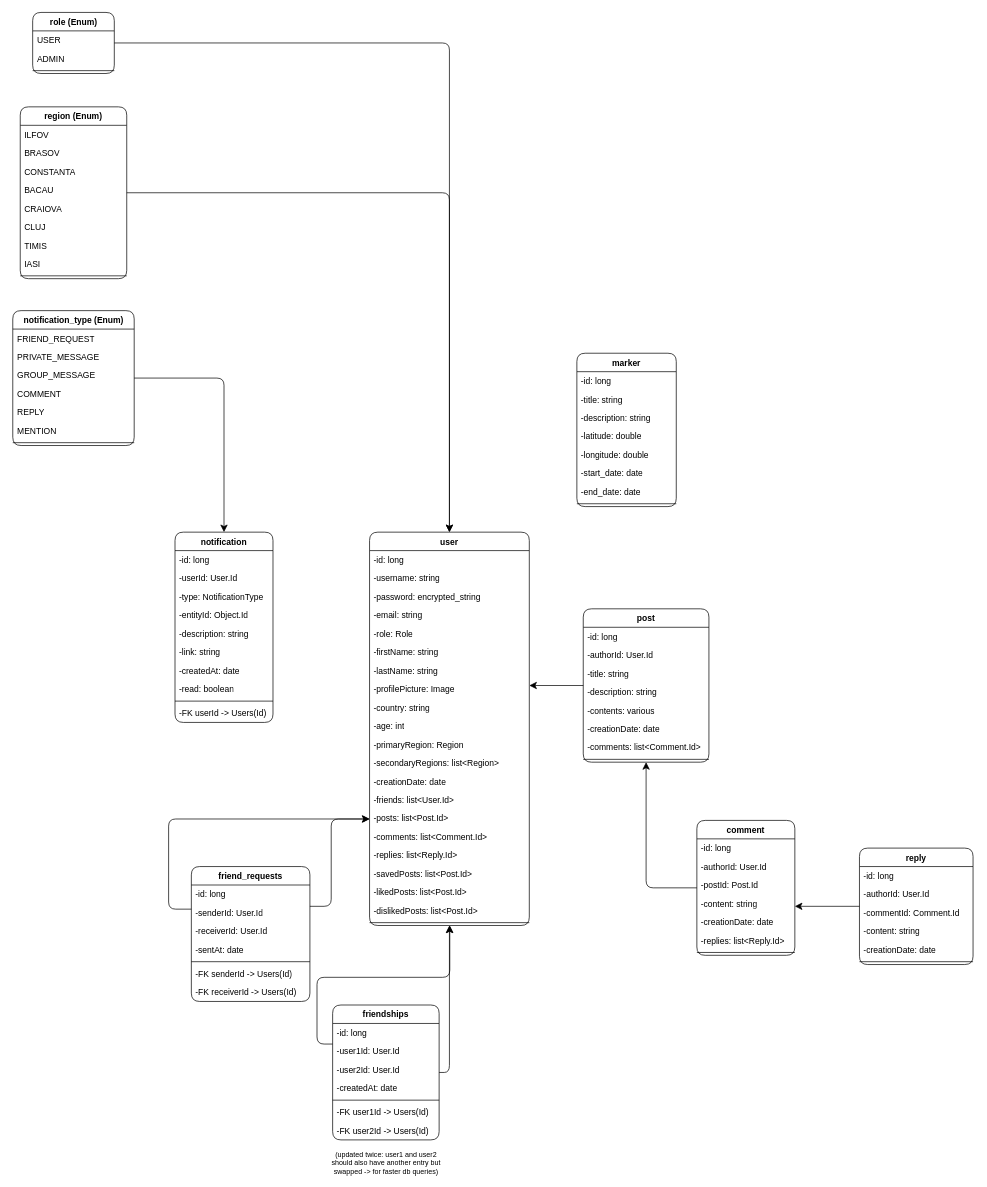
Above: tasks and notes/class diagram for iungoreal.drawio in stevenstonie/iungoreal (draw.io), before the change. Source tidied: cells renumbered, new cells numbered last; positions are measured from the earlier drawing's top-left corner, leaving out a move shared by most shapes. Both pictures are drawn from the tidied source at 71%, with x=0, y=0 at pixel (13, 12).
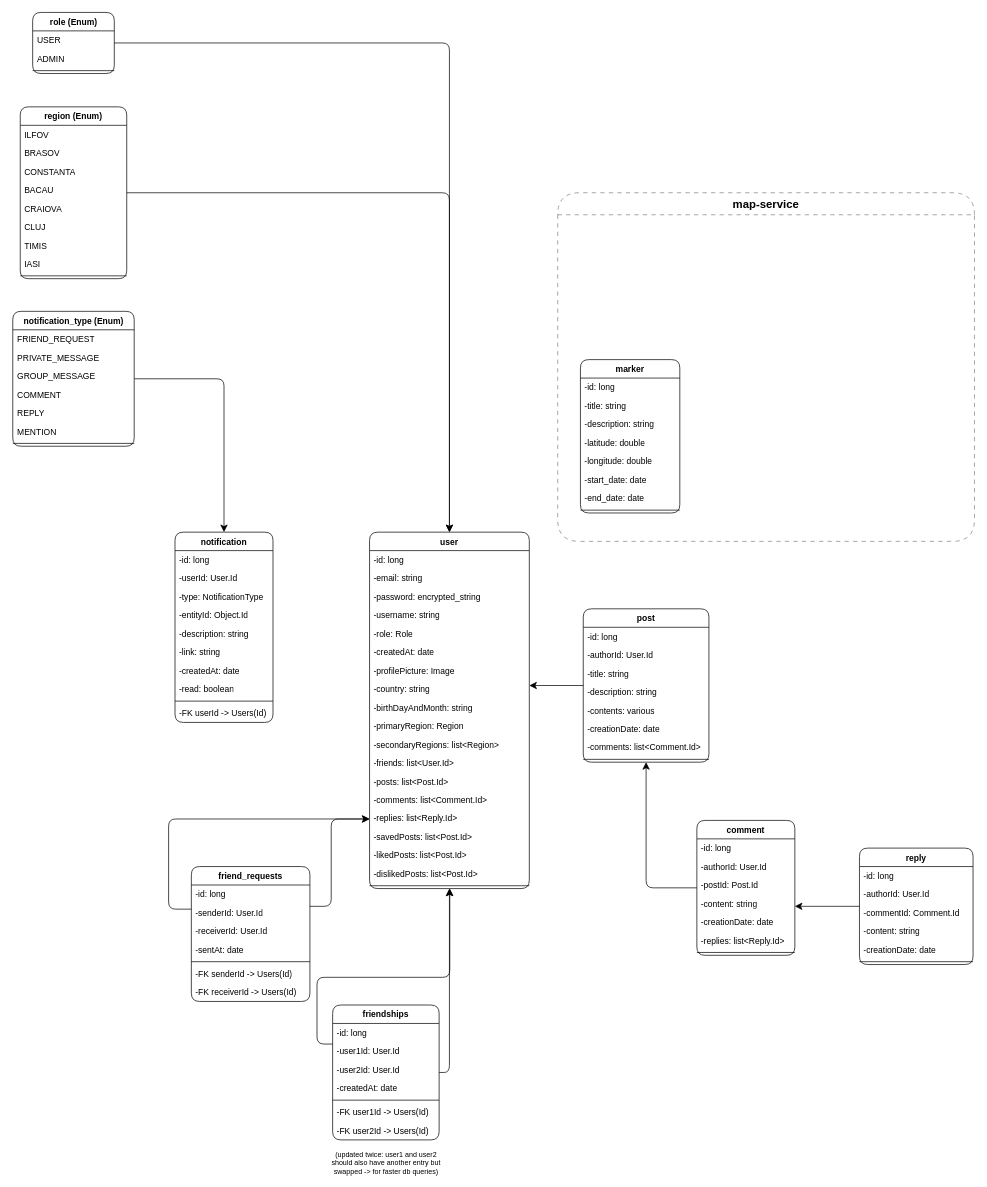
Above is the later version.

Commit message (it also covers changes not shown here):
updated notes and diagram

The edit, as a diff of the source:
```diff
@@
     <mxCell id="2" value="user" style="swimlane;fontStyle=1;align=center;verticalAlign=top;horizontal=1;startSize=26;whiteSpace=wrap;html=1;rounded=1;glass=0;" parent="1" vertex="1">
-      <mxGeometry x="502" y="732" width="225" height="554" as="geometry" />
+      <mxGeometry x="502" y="732" width="225" height="502" as="geometry" />
     </mxCell>
@@
+    <mxCell id="6" value="-email: string" style="text;strokeColor=none;fillColor=none;align=left;verticalAlign=top;spacingLeft=4;spacingRight=4;overflow=hidden;whiteSpace=wrap;html=1;rounded=1;" parent="2" vertex="1">
+      <mxGeometry y="52" width="225" height="26" as="geometry" />
+    </mxCell>
+    <mxCell id="5" value="-password: encrypted_string" style="text;strokeColor=none;fillColor=none;align=left;verticalAlign=top;spacingLeft=4;spacingRight=4;overflow=hidden;whiteSpace=wrap;html=1;rounded=1;" parent="2" vertex="1">
+      <mxGeometry y="78" width="225" height="26" as="geometry" />
+    </mxCell>
     <mxCell id="4" value="-username: string&lt;br&gt;" style="text;strokeColor=none;fillColor=none;align=left;verticalAlign=top;spacingLeft=4;spacingRight=4;overflow=hidden;whiteSpace=wrap;html=1;rounded=1;" parent="2" vertex="1">
-      <mxGeometry y="52" width="225" height="26" as="geometry" />
+      <mxGeometry y="104" width="225" height="26" as="geometry" />
     </mxCell>
-    <mxCell id="5" value="-password: encrypted_string" style="text;strokeColor=none;fillColor=none;align=left;verticalAlign=top;spacingLeft=4;spacingRight=4;overflow=hidden;whiteSpace=wrap;html=1;rounded=1;" parent="2" vertex="1">
-      <mxGeometry y="78" width="225" height="26" as="geometry" />
-    </mxCell>
-    <mxCell id="6" value="-email: string" style="text;strokeColor=none;fillColor=none;align=left;verticalAlign=top;spacingLeft=4;spacingRight=4;overflow=hidden;whiteSpace=wrap;html=1;rounded=1;" parent="2" vertex="1">
-      <mxGeometry y="104" width="225" height="26" as="geometry" />
-    </mxCell>
@@
-    <mxCell id="8" value="-firstName: string" style="text;strokeColor=none;fillColor=none;align=left;verticalAlign=top;spacingLeft=4;spacingRight=4;overflow=hidden;whiteSpace=wrap;html=1;rounded=1;" parent="2" vertex="1">
-      <mxGeometry y="156" width="225" height="26" as="geometry" />
-    </mxCell>
-    <mxCell id="9" value="-lastName: string" style="text;strokeColor=none;fillColor=none;align=left;verticalAlign=top;spacingLeft=4;spacingRight=4;overflow=hidden;whiteSpace=wrap;html=1;rounded=1;" parent="2" vertex="1">
-      <mxGeometry y="182" width="225" height="26" as="geometry" />
-    </mxCell>
+    <mxCell id="15" value="-createdAt: date" style="text;strokeColor=none;fillColor=none;align=left;verticalAlign=top;spacingLeft=4;spacingRight=4;overflow=hidden;whiteSpace=wrap;html=1;rounded=1;" parent="2" vertex="1">
+      <mxGeometry y="156" width="225" height="26" as="geometry" />
+    </mxCell>
     <mxCell id="10" value="-profilePicture: Image" style="text;strokeColor=none;fillColor=none;align=left;verticalAlign=top;spacingLeft=4;spacingRight=4;overflow=hidden;whiteSpace=wrap;html=1;rounded=1;" parent="2" vertex="1">
-      <mxGeometry y="208" width="225" height="26" as="geometry" />
+      <mxGeometry y="182" width="225" height="26" as="geometry" />
     </mxCell>
     <mxCell id="11" value="-country: string" style="text;strokeColor=none;fillColor=none;align=left;verticalAlign=top;spacingLeft=4;spacingRight=4;overflow=hidden;whiteSpace=wrap;html=1;rounded=1;" parent="2" vertex="1">
-      <mxGeometry y="234" width="225" height="26" as="geometry" />
+      <mxGeometry y="208" width="225" height="26" as="geometry" />
     </mxCell>
-    <mxCell id="12" value="-age: int" style="text;strokeColor=none;fillColor=none;align=left;verticalAlign=top;spacingLeft=4;spacingRight=4;overflow=hidden;whiteSpace=wrap;html=1;rounded=1;" parent="2" vertex="1">
-      <mxGeometry y="260" width="225" height="26" as="geometry" />
+    <mxCell id="12" value="-birthDayAndMonth: string" style="text;strokeColor=none;fillColor=none;align=left;verticalAlign=top;spacingLeft=4;spacingRight=4;overflow=hidden;whiteSpace=wrap;html=1;rounded=1;" parent="2" vertex="1">
+      <mxGeometry y="234" width="225" height="26" as="geometry" />
     </mxCell>
     <mxCell id="13" value="-primaryRegion: Region&lt;br&gt;" style="text;strokeColor=none;fillColor=none;align=left;verticalAlign=top;spacingLeft=4;spacingRight=4;overflow=hidden;whiteSpace=wrap;html=1;rounded=1;" parent="2" vertex="1">
-      <mxGeometry y="286" width="225" height="26" as="geometry" />
+      <mxGeometry y="260" width="225" height="26" as="geometry" />
     </mxCell>
     <mxCell id="14" value="-secondaryRegions: list&amp;lt;Region&amp;gt;" style="text;strokeColor=none;fillColor=none;align=left;verticalAlign=top;spacingLeft=4;spacingRight=4;overflow=hidden;whiteSpace=wrap;html=1;rounded=1;" parent="2" vertex="1">
-      <mxGeometry y="312" width="225" height="26" as="geometry" />
+      <mxGeometry y="286" width="225" height="26" as="geometry" />
     </mxCell>
-    <mxCell id="15" value="-creationDate: date" style="text;strokeColor=none;fillColor=none;align=left;verticalAlign=top;spacingLeft=4;spacingRight=4;overflow=hidden;whiteSpace=wrap;html=1;rounded=1;" parent="2" vertex="1">
-      <mxGeometry y="338" width="225" height="26" as="geometry" />
-    </mxCell>
     <mxCell id="16" value="-friends: list&amp;lt;User.Id&amp;gt;" style="text;strokeColor=none;fillColor=none;align=left;verticalAlign=top;spacingLeft=4;spacingRight=4;overflow=hidden;whiteSpace=wrap;html=1;rounded=1;" parent="2" vertex="1">
-      <mxGeometry y="364" width="225" height="26" as="geometry" />
+      <mxGeometry y="312" width="225" height="26" as="geometry" />
     </mxCell>
     <mxCell id="17" value="-posts: list&amp;lt;Post.Id&amp;gt;" style="text;strokeColor=none;fillColor=none;align=left;verticalAlign=top;spacingLeft=4;spacingRight=4;overflow=hidden;whiteSpace=wrap;html=1;rounded=1;" parent="2" vertex="1">
-      <mxGeometry y="390" width="225" height="26" as="geometry" />
+      <mxGeometry y="338" width="225" height="26" as="geometry" />
     </mxCell>
     <mxCell id="18" value="-comments: list&amp;lt;Comment.Id&amp;gt;" style="text;strokeColor=none;fillColor=none;align=left;verticalAlign=top;spacingLeft=4;spacingRight=4;overflow=hidden;whiteSpace=wrap;html=1;rounded=1;" parent="2" vertex="1">
-      <mxGeometry y="416" width="225" height="26" as="geometry" />
+      <mxGeometry y="364" width="225" height="26" as="geometry" />
     </mxCell>
     <mxCell id="19" value="-replies: list&amp;lt;Reply.Id&amp;gt;" style="text;strokeColor=none;fillColor=none;align=left;verticalAlign=top;spacingLeft=4;spacingRight=4;overflow=hidden;whiteSpace=wrap;html=1;rounded=1;" parent="2" vertex="1">
-      <mxGeometry y="442" width="225" height="26" as="geometry" />
+      <mxGeometry y="390" width="225" height="26" as="geometry" />
     </mxCell>
     <mxCell id="20" value="-savedPosts: list&amp;lt;Post.Id&amp;gt;" style="text;strokeColor=none;fillColor=none;align=left;verticalAlign=top;spacingLeft=4;spacingRight=4;overflow=hidden;whiteSpace=wrap;html=1;rounded=1;" parent="2" vertex="1">
-      <mxGeometry y="468" width="225" height="26" as="geometry" />
+      <mxGeometry y="416" width="225" height="26" as="geometry" />
     </mxCell>
     <mxCell id="21" value="-likedPosts: list&amp;lt;Post.Id&amp;gt;" style="text;strokeColor=none;fillColor=none;align=left;verticalAlign=top;spacingLeft=4;spacingRight=4;overflow=hidden;whiteSpace=wrap;html=1;rounded=1;" parent="2" vertex="1">
-      <mxGeometry y="494" width="225" height="26" as="geometry" />
+      <mxGeometry y="442" width="225" height="26" as="geometry" />
     </mxCell>
     <mxCell id="22" value="-dislikedPosts: list&amp;lt;Post.Id&amp;gt;" style="text;strokeColor=none;fillColor=none;align=left;verticalAlign=top;spacingLeft=4;spacingRight=4;overflow=hidden;whiteSpace=wrap;html=1;rounded=1;" parent="2" vertex="1">
-      <mxGeometry y="520" width="225" height="26" as="geometry" />
+      <mxGeometry y="468" width="225" height="26" as="geometry" />
     </mxCell>
     <mxCell id="23" style="line;strokeWidth=1;fillColor=none;align=left;verticalAlign=middle;spacingTop=-1;spacingLeft=3;spacingRight=3;labelPosition=right;strokeColor=inherit;rounded=1;" parent="2" vertex="1">
-      <mxGeometry y="546" width="225" height="8" as="geometry" />
+      <mxGeometry y="494" width="225" height="8" as="geometry" />
     </mxCell>
@@
     <mxCell id="67" value="marker" style="swimlane;fontStyle=1;align=center;verticalAlign=top;horizontal=1;startSize=26;whiteSpace=wrap;html=1;rounded=1;" parent="1" vertex="1">
-      <mxGeometry x="794" y="480" width="140" height="216" as="geometry" />
+      <mxGeometry x="799" y="489" width="140" height="216" as="geometry" />
     </mxCell>
@@
     <mxCell id="108" value="notification_type (Enum)" style="swimlane;fontStyle=1;align=center;verticalAlign=top;horizontal=1;startSize=26;whiteSpace=wrap;html=1;rounded=1;" parent="1" vertex="1">
-      <mxGeometry x="-0.5" y="420" width="171" height="190" as="geometry" />
+      <mxGeometry x="-0.5" y="421" width="171" height="190" as="geometry" />
     </mxCell>
@@
+    <mxCell id="117" value="map-service" style="swimlane;fontSize=16;startSize=31;dashed=1;dashPattern=12 12;strokeWidth=0.5;fillColor=none;swimlaneLine=1;rounded=1;arcSize=50;" parent="1" vertex="1">
+      <mxGeometry x="767" y="254" width="587" height="491" as="geometry" />
+    </mxCell>
```
